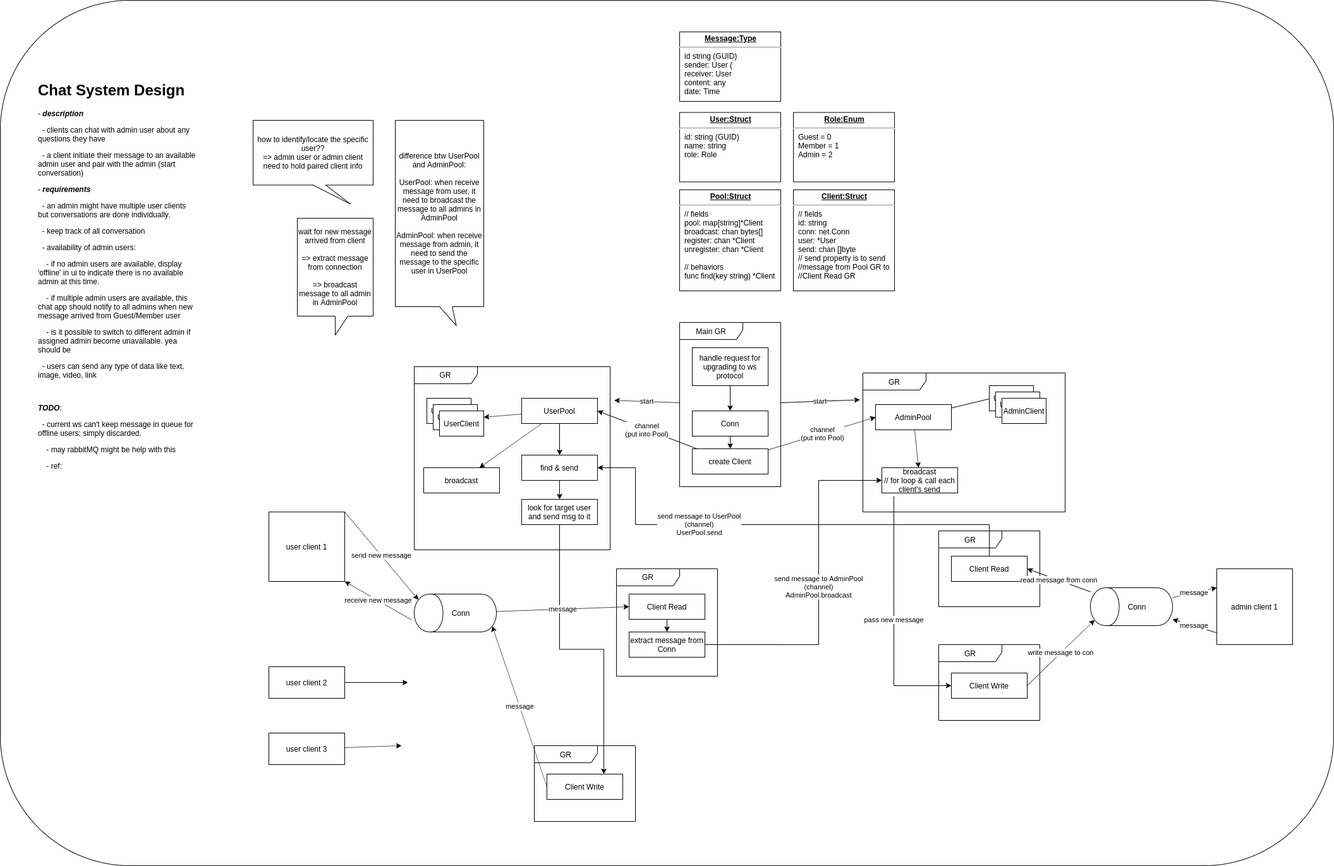
This is Chat_System_Design.PNG from stsiwo/sts_blogs, a draw.io export, as it was before one commit. Source tidied: cells renumbered, new cells last; positions are measured from the earlier drawing's top-left corner, leaving out a move shared by most shapes.
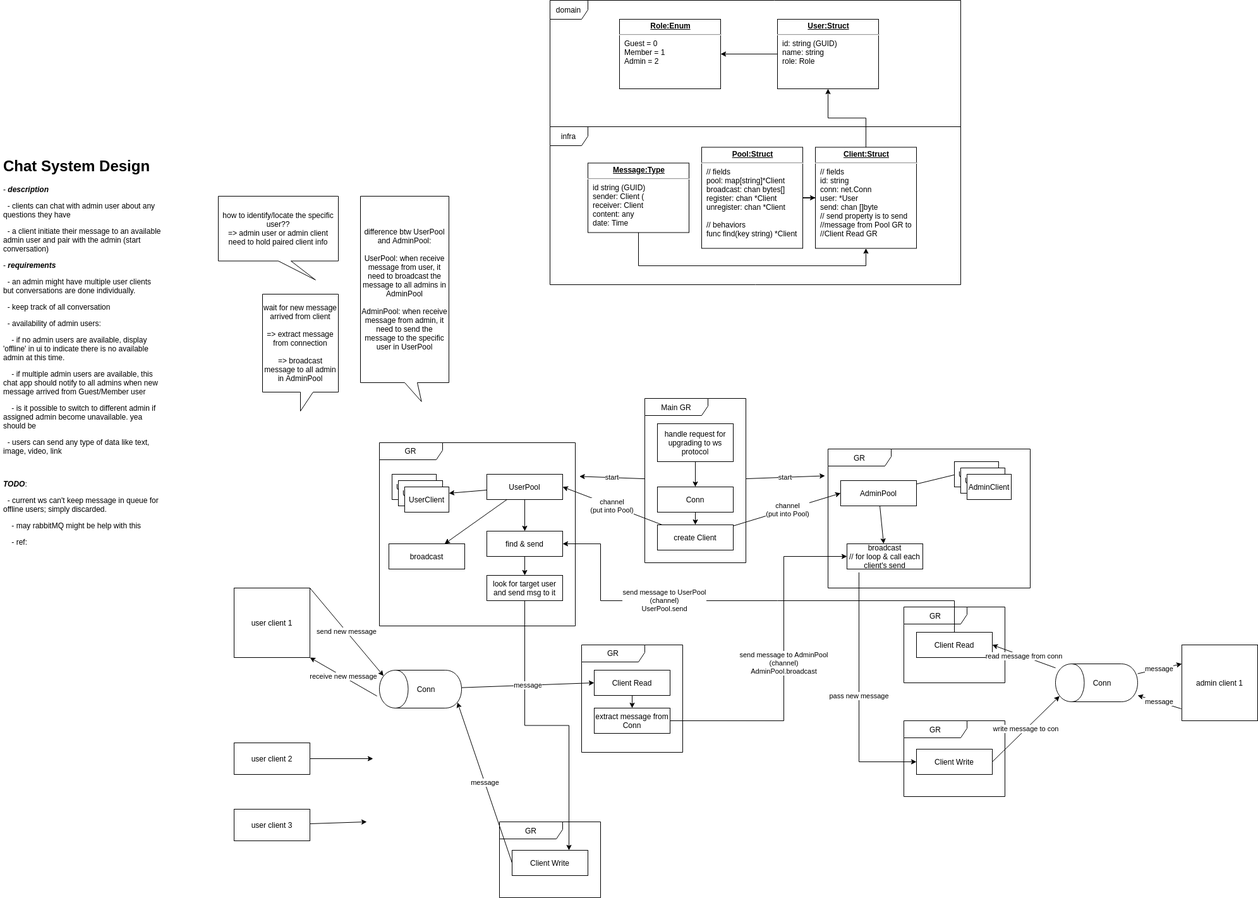
After the change.

What changed in the source:
```diff
@@ -2,9 +2,12 @@
   <root>
     <mxCell id="0" />
     <mxCell id="1" parent="0" />
-    <mxCell id="2" style="rounded=1;whiteSpace=wrap;html=1;" parent="1" vertex="1">
-      <mxGeometry width="2110" height="1370" as="geometry" />
-    </mxCell>
+    <mxCell id="73" value="infra" style="shape=umlFrame;whiteSpace=wrap;html=1;fillColor=none;" parent="1" vertex="1">
+      <mxGeometry x="925" y="80" width="650" height="250" as="geometry" />
+    </mxCell>
+    <mxCell id="74" value="domain" style="shape=umlFrame;whiteSpace=wrap;html=1;fillColor=none;" parent="1" vertex="1">
+      <mxGeometry x="925" y="-120" width="650" height="200" as="geometry" />
+    </mxCell>
     <mxCell id="3" value="&lt;h1&gt;Chat System Design&lt;/h1&gt;&lt;p&gt;- &lt;b&gt;&lt;i&gt;description&lt;/i&gt;&lt;/b&gt;&lt;/p&gt;&lt;p&gt;&amp;nbsp; - clients can chat with admin user about any questions they have&lt;/p&gt;&lt;p&gt;&amp;nbsp; - a client initiate their message to an available admin user and pair with the admin (start conversation)&lt;span&gt;&amp;nbsp;&lt;/span&gt;&lt;/p&gt;&lt;p&gt;- &lt;b&gt;&lt;i&gt;requirements&lt;/i&gt;&lt;/b&gt;&lt;/p&gt;&lt;p&gt;&amp;nbsp; - an admin might have multiple user clients but conversations are done individually.&lt;/p&gt;&lt;p&gt;&amp;nbsp; - keep track of all conversation&lt;/p&gt;&lt;p&gt;&lt;span&gt;&amp;nbsp; - availability of admin users:&lt;/span&gt;&lt;/p&gt;&lt;p&gt;&lt;span&gt;&amp;nbsp; &amp;nbsp; - if no admin users are available, display 'offline' in ui to indicate there is no available admin at this time.&lt;/span&gt;&lt;/p&gt;&lt;p&gt;&lt;span&gt;&amp;nbsp; &amp;nbsp; - if multiple admin users are available, this chat app should notify to all admins when new message arrived from Guest/Member user&lt;/span&gt;&lt;/p&gt;&lt;p&gt;&lt;span&gt;&amp;nbsp; &amp;nbsp; - is it possible to switch to different admin if assigned admin become unavailable. yea should be&amp;nbsp;&lt;/span&gt;&lt;/p&gt;&lt;p&gt;&lt;span&gt;&amp;nbsp; - users can send any type of data like text, image, video, link&lt;/span&gt;&lt;/p&gt;&lt;p&gt;&lt;span&gt;&lt;br&gt;&lt;/span&gt;&lt;/p&gt;&lt;p&gt;&lt;b&gt;&lt;i&gt;TODO&lt;/i&gt;&lt;/b&gt;:&lt;/p&gt;&lt;p&gt;&lt;span&gt;&amp;nbsp; - current ws can't keep message in queue for offline users; simply discarded.&lt;/span&gt;&lt;/p&gt;&lt;p&gt;&lt;span&gt;&amp;nbsp; &amp;nbsp; - may rabbitMQ might be help with this&amp;nbsp;&lt;/span&gt;&lt;/p&gt;&lt;p&gt;&lt;span&gt;&amp;nbsp; &amp;nbsp; - ref:&amp;nbsp;&lt;/span&gt;&lt;/p&gt;https://www.rabbitmq.com/web-stomp.html&lt;p&gt;&lt;span&gt;&lt;br&gt;&lt;/span&gt;&lt;/p&gt;" style="text;html=1;strokeColor=none;fillColor=none;spacing=5;spacingTop=-20;whiteSpace=wrap;overflow=hidden;rounded=0;" parent="1" vertex="1">
       <mxGeometry x="55" y="122.5" width="260" height="630" as="geometry" />
     </mxCell>
@@ -30,14 +33,25 @@
     <mxCell id="9" value="user client 3" style="rounded=0;whiteSpace=wrap;html=1;" parent="1" vertex="1">
       <mxGeometry x="425" y="1160" width="120" height="50" as="geometry" />
     </mxCell>
+    <mxCell id="75" style="edgeStyle=orthogonalEdgeStyle;rounded=0;jettySize=auto;html=1;entryX=0.5;entryY=1;entryDx=0;entryDy=0;exitX=0.5;exitY=1;exitDx=0;exitDy=0;" parent="1" edge="1" source="10" target="71">
+      <mxGeometry relative="1" as="geometry">
+        <Array as="points">
+          <mxPoint x="1065" y="300" />
+          <mxPoint x="1425" y="300" />
+        </Array>
+      </mxGeometry>
+    </mxCell>
-    <mxCell id="10" value="&lt;p style=&quot;margin: 0px ; margin-top: 4px ; text-align: center ; text-decoration: underline&quot;&gt;&lt;b&gt;Message:Type&lt;/b&gt;&lt;/p&gt;&lt;hr&gt;&lt;p style=&quot;margin: 0px ; margin-left: 8px&quot;&gt;id string (GUID)&lt;/p&gt;&lt;p style=&quot;margin: 0px ; margin-left: 8px&quot;&gt;sender: User (&lt;/p&gt;&lt;p style=&quot;margin: 0px ; margin-left: 8px&quot;&gt;receiver: User&lt;/p&gt;&lt;p style=&quot;margin: 0px ; margin-left: 8px&quot;&gt;content: any&lt;/p&gt;&lt;p style=&quot;margin: 0px ; margin-left: 8px&quot;&gt;date: Time&lt;/p&gt;" style="verticalAlign=top;align=left;overflow=fill;fontSize=12;fontFamily=Helvetica;html=1;" parent="1" vertex="1">
-      <mxGeometry x="1075" y="50" width="160" height="110" as="geometry" />
+    <mxCell id="10" value="&lt;p style=&quot;margin: 0px ; margin-top: 4px ; text-align: center ; text-decoration: underline&quot;&gt;&lt;b&gt;Message:Type&lt;/b&gt;&lt;/p&gt;&lt;hr&gt;&lt;p style=&quot;margin: 0px ; margin-left: 8px&quot;&gt;id string (GUID)&lt;/p&gt;&lt;p style=&quot;margin: 0px ; margin-left: 8px&quot;&gt;sender: Client (&lt;/p&gt;&lt;p style=&quot;margin: 0px ; margin-left: 8px&quot;&gt;receiver: Client&lt;/p&gt;&lt;p style=&quot;margin: 0px ; margin-left: 8px&quot;&gt;content: any&lt;/p&gt;&lt;p style=&quot;margin: 0px ; margin-left: 8px&quot;&gt;date: Time&lt;/p&gt;" style="verticalAlign=top;align=left;overflow=fill;fontSize=12;fontFamily=Helvetica;html=1;" parent="1" vertex="1">
+      <mxGeometry x="985" y="137.5" width="160" height="110" as="geometry" />
     </mxCell>
     <mxCell id="11" value="&lt;p style=&quot;margin: 0px ; margin-top: 4px ; text-align: center ; text-decoration: underline&quot;&gt;&lt;b&gt;Role:Enum&lt;/b&gt;&lt;/p&gt;&lt;hr&gt;&lt;p style=&quot;margin: 0px ; margin-left: 8px&quot;&gt;Guest = 0&lt;/p&gt;&lt;p style=&quot;margin: 0px ; margin-left: 8px&quot;&gt;Member = 1&lt;/p&gt;&lt;p style=&quot;margin: 0px ; margin-left: 8px&quot;&gt;Admin = 2&lt;/p&gt;" style="verticalAlign=top;align=left;overflow=fill;fontSize=12;fontFamily=Helvetica;html=1;" parent="1" vertex="1">
-      <mxGeometry x="1255" y="177.5" width="160" height="110" as="geometry" />
+      <mxGeometry x="1035" y="-90" width="160" height="110" as="geometry" />
     </mxCell>
+    <mxCell id="76" style="edgeStyle=orthogonalEdgeStyle;rounded=0;jettySize=auto;html=1;" parent="1" edge="1" source="12" target="11">
+      <mxGeometry relative="1" as="geometry" />
+    </mxCell>
     <mxCell id="12" value="&lt;p style=&quot;margin: 0px ; margin-top: 4px ; text-align: center ; text-decoration: underline&quot;&gt;&lt;b&gt;User:Struct&lt;/b&gt;&lt;/p&gt;&lt;hr&gt;&lt;p style=&quot;margin: 0px ; margin-left: 8px&quot;&gt;id: string (GUID)&lt;/p&gt;&lt;p style=&quot;margin: 0px ; margin-left: 8px&quot;&gt;name: string&lt;/p&gt;&lt;p style=&quot;margin: 0px ; margin-left: 8px&quot;&gt;role: Role&lt;/p&gt;" style="verticalAlign=top;align=left;overflow=fill;fontSize=12;fontFamily=Helvetica;html=1;" parent="1" vertex="1">
-      <mxGeometry x="1075" y="177.5" width="160" height="110" as="geometry" />
+      <mxGeometry x="1285" y="-90" width="160" height="110" as="geometry" />
     </mxCell>
     <mxCell id="13" value="message" style="edgeStyle=none;rounded=0;jettySize=auto;html=1;exitX=-0.008;exitY=0.842;exitDx=0;exitDy=0;exitPerimeter=0;" parent="1" edge="1" source="14" target="69">
       <mxGeometry relative="1" as="geometry" />
@@ -51,8 +65,11 @@
     <mxCell id="16" value="wait for new message arrived from client&lt;br&gt;&lt;br&gt;=&amp;gt; extract message from connection&lt;br&gt;&lt;br&gt;=&amp;gt; broadcast message to all admin in AdminPool" style="shape=callout;whiteSpace=wrap;html=1;perimeter=calloutPerimeter;" parent="1" vertex="1">
       <mxGeometry x="470" y="345" width="120" height="185" as="geometry" />
     </mxCell>
+    <mxCell id="77" style="edgeStyle=orthogonalEdgeStyle;rounded=0;jettySize=auto;html=1;" parent="1" edge="1" source="17" target="71">
+      <mxGeometry relative="1" as="geometry" />
+    </mxCell>
     <mxCell id="17" value="&lt;p style=&quot;margin: 0px ; margin-top: 4px ; text-align: center ; text-decoration: underline&quot;&gt;&lt;b&gt;Pool:Struct&lt;/b&gt;&lt;/p&gt;&lt;hr&gt;&lt;p style=&quot;margin: 0px ; margin-left: 8px&quot;&gt;// fields&lt;/p&gt;&lt;p style=&quot;margin: 0px ; margin-left: 8px&quot;&gt;pool: map[string]*Client&lt;/p&gt;&lt;p style=&quot;margin: 0px ; margin-left: 8px&quot;&gt;broadcast: chan bytes[]&lt;/p&gt;&lt;p style=&quot;margin: 0px ; margin-left: 8px&quot;&gt;register: chan *Client&lt;/p&gt;&lt;p style=&quot;margin: 0px ; margin-left: 8px&quot;&gt;unregister: chan *Client&lt;/p&gt;&lt;p style=&quot;margin: 0px ; margin-left: 8px&quot;&gt;&lt;br&gt;&lt;/p&gt;&lt;p style=&quot;margin: 0px ; margin-left: 8px&quot;&gt;// behaviors&lt;/p&gt;&lt;p style=&quot;margin: 0px ; margin-left: 8px&quot;&gt;func find(key string) *Client&amp;nbsp;&lt;/p&gt;&lt;p style=&quot;margin: 0px ; margin-left: 8px&quot;&gt;&lt;br&gt;&lt;/p&gt;" style="verticalAlign=top;align=left;overflow=fill;fontSize=12;fontFamily=Helvetica;html=1;" parent="1" vertex="1">
-      <mxGeometry x="1075" y="300" width="160" height="160" as="geometry" />
+      <mxGeometry x="1165" y="112.5" width="160" height="160" as="geometry" />
     </mxCell>
     <mxCell id="18" value="difference btw UserPool and AdminPool:&lt;br&gt;&lt;br&gt;UserPool: when receive message from user, it need to broadcast the message to all admins in AdminPool&lt;br&gt;&lt;br&gt;AdminPool: when receive message from admin, it need to send the message to the specific user in UserPool" style="shape=callout;whiteSpace=wrap;html=1;perimeter=calloutPerimeter;position2=0.69;" parent="1" vertex="1">
       <mxGeometry x="625" y="190" width="140" height="325" as="geometry" />
@@ -228,8 +245,11 @@
     <mxCell id="70" value="broadcast" style="rounded=0;whiteSpace=wrap;html=1;" parent="1" vertex="1">
       <mxGeometry x="670" y="740" width="120" height="40" as="geometry" />
     </mxCell>
+    <mxCell id="78" style="edgeStyle=orthogonalEdgeStyle;rounded=0;jettySize=auto;html=1;" parent="1" edge="1" source="71" target="12">
+      <mxGeometry relative="1" as="geometry" />
+    </mxCell>
     <mxCell id="71" value="&lt;p style=&quot;margin: 0px ; margin-top: 4px ; text-align: center ; text-decoration: underline&quot;&gt;&lt;b&gt;Client:Struct&lt;/b&gt;&lt;/p&gt;&lt;hr&gt;&lt;p style=&quot;margin: 0px ; margin-left: 8px&quot;&gt;// fields&lt;/p&gt;&lt;p style=&quot;margin: 0px ; margin-left: 8px&quot;&gt;id: string&lt;/p&gt;&lt;p style=&quot;margin: 0px ; margin-left: 8px&quot;&gt;conn: net.Conn&lt;/p&gt;&lt;p style=&quot;margin: 0px ; margin-left: 8px&quot;&gt;user: *User&lt;/p&gt;&lt;p style=&quot;margin: 0px ; margin-left: 8px&quot;&gt;send: chan []byte&lt;/p&gt;&lt;p style=&quot;margin: 0px ; margin-left: 8px&quot;&gt;// send property is to send&amp;nbsp;&lt;/p&gt;&lt;p style=&quot;margin: 0px ; margin-left: 8px&quot;&gt;//message from Pool GR to&amp;nbsp;&lt;/p&gt;&lt;p style=&quot;margin: 0px ; margin-left: 8px&quot;&gt;//Client Read GR&lt;/p&gt;&lt;p style=&quot;margin: 0px ; margin-left: 8px&quot;&gt;&lt;br&gt;&lt;/p&gt;&lt;p style=&quot;margin: 0px ; margin-left: 8px&quot;&gt;// behaviors&lt;/p&gt;&lt;p style=&quot;margin: 0px ; margin-left: 8px&quot;&gt;read()&lt;/p&gt;&lt;p style=&quot;margin: 0px ; margin-left: 8px&quot;&gt;write()&lt;/p&gt;" style="verticalAlign=top;align=left;overflow=fill;fontSize=12;fontFamily=Helvetica;html=1;" parent="1" vertex="1">
-      <mxGeometry x="1255" y="300" width="160" height="160" as="geometry" />
+      <mxGeometry x="1345" y="112.5" width="160" height="160" as="geometry" />
     </mxCell>
     <mxCell id="72" value="&amp;nbsp;" style="text;html=1;align=center;verticalAlign=middle;" parent="1" vertex="1">
       <mxGeometry x="1310" y="598" width="20" height="20" as="geometry" />
```
